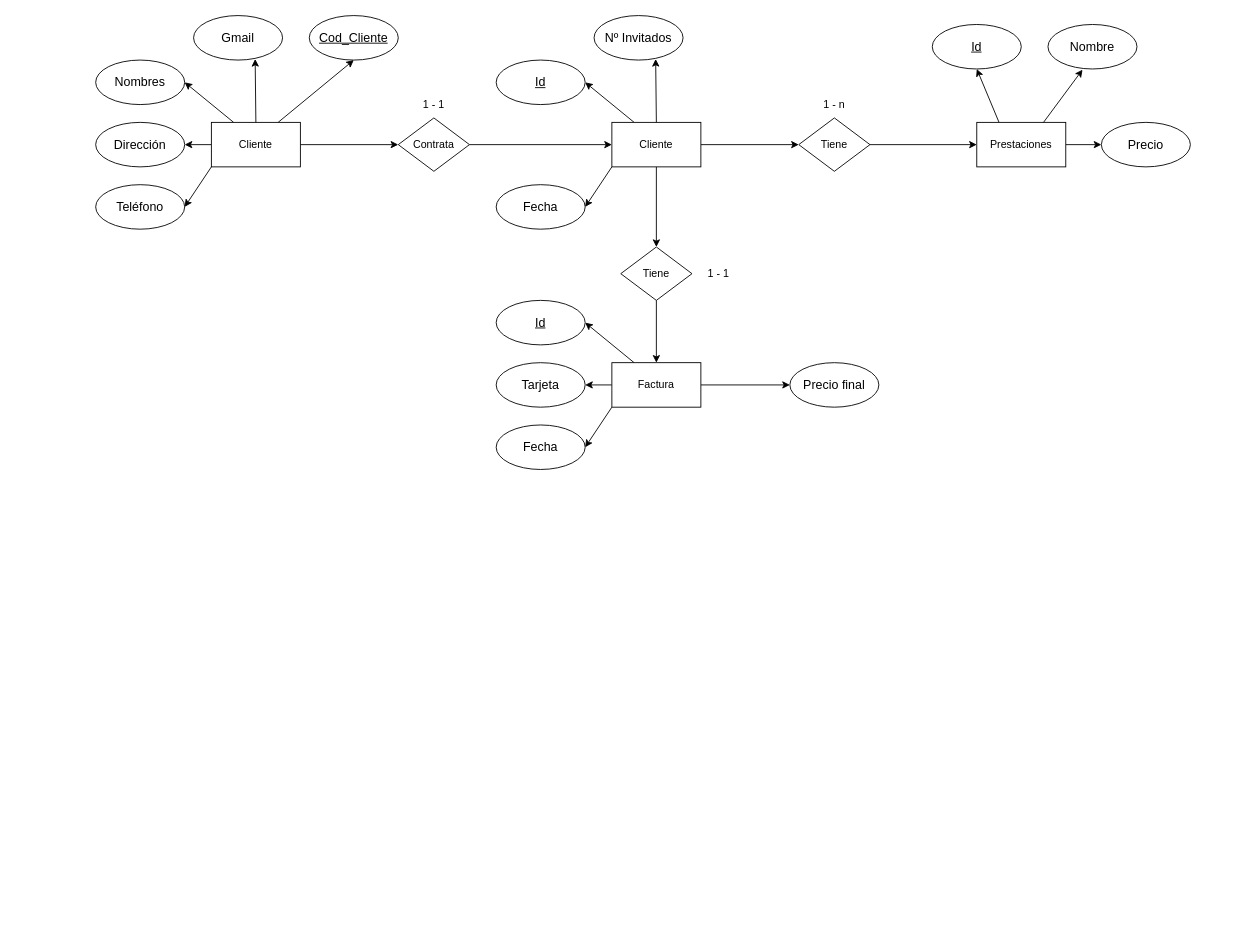
Before: Adicionales/weddingPlannerDiagrama.drawio in txema19/WeddingPlanner, a draw.io diagram. Source tidied: cells renumbered, new cells numbered last; positions are measured from the earlier drawing's top-left corner, leaving out a move shared by most shapes. Both pictures are drawn from the tidied source at 89%, with x=0, y=0 at pixel (95, 15).
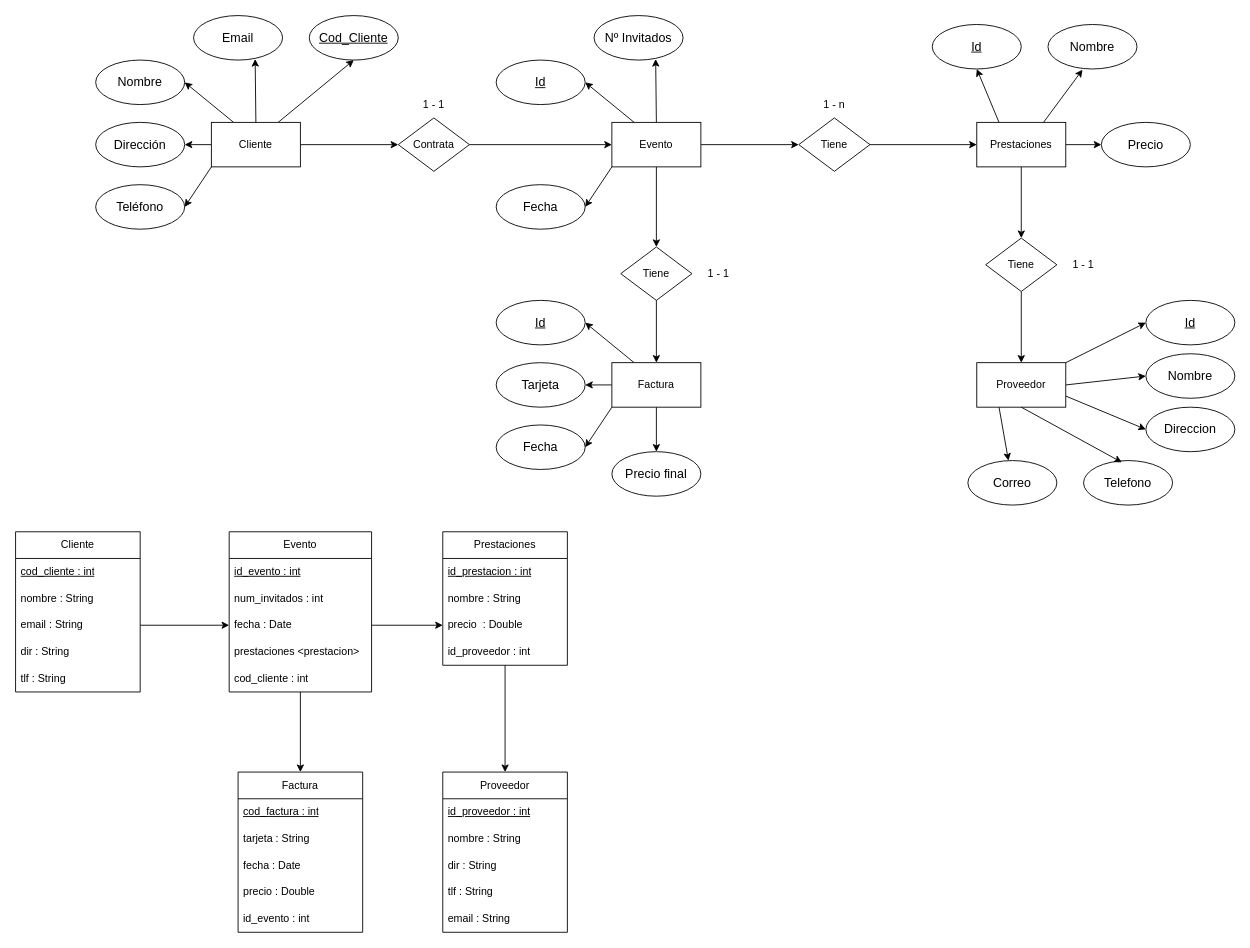
The same diagram, later.

Commit message:
Actualizado diagrama (añadido diagrama de clases)

Añadido diagrama de clases, faltarían los posibles métodos

The change refers to these unchanged cells:
```xml
<mxCell id="35" value="Prestaciones" style="rounded=0;whiteSpace=wrap;html=1;" parent="1" vertex="1">
  <mxGeometry x="990" y="120" width="100" height="50" as="geometry" />
</mxCell>
<mxCell id="45" value="Factura" style="rounded=0;whiteSpace=wrap;html=1;" parent="1" vertex="1">
  <mxGeometry x="580" y="390" width="100" height="50" as="geometry" />
</mxCell>
```

Diff of the diagram source:
```diff
@@
-    <mxCell id="2" value="&lt;font style=&quot;font-size: 14px;&quot;&gt;Nombres&lt;/font&gt;" style="ellipse;whiteSpace=wrap;html=1;" parent="1" vertex="1">
+    <mxCell id="2" value="&lt;font style=&quot;font-size: 14px;&quot;&gt;Nombre&lt;/font&gt;" style="ellipse;whiteSpace=wrap;html=1;" parent="1" vertex="1">
       <mxGeometry y="50" width="100" height="50" as="geometry" />
     </mxCell>
@@
-    <mxCell id="10" value="&lt;font style=&quot;font-size: 14px;&quot;&gt;Gmail&lt;/font&gt;" style="ellipse;whiteSpace=wrap;html=1;" parent="1" vertex="1">
+    <mxCell id="10" value="&lt;span style=&quot;font-size: 14px;&quot;&gt;Email&lt;/span&gt;" style="ellipse;whiteSpace=wrap;html=1;" parent="1" vertex="1">
       <mxGeometry x="110" width="100" height="50" as="geometry" />
     </mxCell>
@@
-    <mxCell id="23" value="Cliente" style="rounded=0;whiteSpace=wrap;html=1;" parent="1" vertex="1">
+    <mxCell id="23" value="Evento" style="rounded=0;whiteSpace=wrap;html=1;" parent="1" vertex="1">
       <mxGeometry x="580" y="120" width="100" height="50" as="geometry" />
     </mxCell>
@@
+    <mxCell id="54" style="edgeStyle=orthogonalEdgeStyle;rounded=0;jettySize=auto;html=1;" parent="1" edge="1" source="35" target="62">
+      <mxGeometry relative="1" as="geometry" />
+    </mxCell>
@@
-    <mxCell id="44" style="edgeStyle=none;rounded=0;jettySize=auto;html=1;entryX=0;entryY=0.5;entryDx=0;entryDy=0;" parent="1" edge="1" source="45" target="46">
+    <mxCell id="44" style="edgeStyle=orthogonalEdgeStyle;rounded=0;jettySize=auto;html=1;" parent="1" edge="1" source="45" target="46">
       <mxGeometry relative="1" as="geometry" />
     </mxCell>
@@
     <mxCell id="46" value="&lt;span style=&quot;font-size: 14px;&quot;&gt;Precio final&lt;/span&gt;" style="ellipse;whiteSpace=wrap;html=1;" parent="1" vertex="1">
-      <mxGeometry x="780" y="390" width="100" height="50" as="geometry" />
+      <mxGeometry x="580" y="490" width="100" height="50" as="geometry" />
     </mxCell>
@@
+    <mxCell id="55" style="edgeStyle=none;rounded=0;jettySize=auto;html=1;entryX=0;entryY=0.5;entryDx=0;entryDy=0;" parent="1" edge="1" source="59" target="65">
+      <mxGeometry relative="1" as="geometry" />
+    </mxCell>
+    <mxCell id="56" style="edgeStyle=none;rounded=0;jettySize=auto;html=1;exitX=1;exitY=0.5;exitDx=0;exitDy=0;entryX=0;entryY=0.5;entryDx=0;entryDy=0;" parent="1" edge="1" source="59" target="66">
+      <mxGeometry relative="1" as="geometry" />
+    </mxCell>
+    <mxCell id="57" style="edgeStyle=none;rounded=0;jettySize=auto;html=1;exitX=1;exitY=0.75;exitDx=0;exitDy=0;entryX=0;entryY=0.5;entryDx=0;entryDy=0;" parent="1" edge="1" source="59" target="67">
+      <mxGeometry relative="1" as="geometry" />
+    </mxCell>
+    <mxCell id="58" style="edgeStyle=none;rounded=0;jettySize=auto;html=1;exitX=0.25;exitY=1;exitDx=0;exitDy=0;" parent="1" edge="1" source="59" target="69">
+      <mxGeometry relative="1" as="geometry" />
+    </mxCell>
+    <mxCell id="59" value="Proveedor" style="rounded=0;whiteSpace=wrap;html=1;" parent="1" vertex="1">
+      <mxGeometry x="990" y="390" width="100" height="50" as="geometry" />
+    </mxCell>
+    <mxCell id="60" style="group;" parent="1" vertex="1">
+      <mxGeometry x="1000" y="250" width="140" height="60" as="geometry" />
+    </mxCell>
+    <mxCell id="61" value="1 - 1" style="text;html=1;strokeColor=none;fillColor=none;align=center;verticalAlign=middle;whiteSpace=wrap;rounded=0;" parent="60" vertex="1">
+      <mxGeometry x="80" y="15" width="60" height="30" as="geometry" />
+    </mxCell>
+    <mxCell id="62" value="Tiene" style="rhombus;whiteSpace=wrap;html=1;" parent="60" vertex="1">
+      <mxGeometry width="80" height="60" as="geometry" />
+    </mxCell>
+    <mxCell id="63" style="edgeStyle=orthogonalEdgeStyle;rounded=0;orthogonalLoop=1;jettySize=auto;html=1;exitX=0.5;exitY=1;exitDx=0;exitDy=0;" parent="60" edge="1" source="62" target="62">
+      <mxGeometry relative="1" as="geometry" />
+    </mxCell>
+    <mxCell id="64" style="edgeStyle=orthogonalEdgeStyle;rounded=0;jettySize=auto;html=1;" parent="1" edge="1" source="62" target="59">
+      <mxGeometry relative="1" as="geometry" />
+    </mxCell>
+    <mxCell id="65" value="&lt;font style=&quot;font-size: 14px;&quot;&gt;Id&lt;/font&gt;" style="ellipse;whiteSpace=wrap;html=1;fontStyle=4;" parent="1" vertex="1">
+      <mxGeometry x="1180" y="320" width="100" height="50" as="geometry" />
+    </mxCell>
+    <mxCell id="66" value="&lt;font style=&quot;font-size: 14px;&quot;&gt;Nombre&lt;/font&gt;" style="ellipse;whiteSpace=wrap;html=1;" parent="1" vertex="1">
+      <mxGeometry x="1180" y="380" width="100" height="50" as="geometry" />
+    </mxCell>
+    <mxCell id="67" value="&lt;font style=&quot;font-size: 14px;&quot;&gt;Direccion&lt;/font&gt;" style="ellipse;whiteSpace=wrap;html=1;" parent="1" vertex="1">
+      <mxGeometry x="1180" y="440" width="100" height="50" as="geometry" />
+    </mxCell>
+    <mxCell id="68" value="&lt;font style=&quot;font-size: 14px;&quot;&gt;Telefono&lt;/font&gt;" style="ellipse;whiteSpace=wrap;html=1;" parent="1" vertex="1">
+      <mxGeometry x="1110" y="500" width="100" height="50" as="geometry" />
+    </mxCell>
+    <mxCell id="69" value="&lt;font style=&quot;font-size: 14px;&quot;&gt;Correo&lt;/font&gt;" style="ellipse;whiteSpace=wrap;html=1;" parent="1" vertex="1">
+      <mxGeometry x="980" y="500" width="100" height="50" as="geometry" />
+    </mxCell>
+    <mxCell id="70" style="edgeStyle=none;rounded=0;jettySize=auto;html=1;exitX=0.5;exitY=1;exitDx=0;exitDy=0;entryX=0.43;entryY=0.04;entryDx=0;entryDy=0;entryPerimeter=0;" parent="1" edge="1" source="59" target="68">
+      <mxGeometry relative="1" as="geometry" />
+    </mxCell>
+    <mxCell id="71" value="Cliente" style="swimlane;fontStyle=0;horizontal=1;startSize=30;whiteSpace=wrap;html=1;" parent="1" vertex="1">
+      <mxGeometry x="-90" y="580" width="140" height="180" as="geometry" />
+    </mxCell>
+    <mxCell id="72" value="cod_cliente : int" style="text;strokeColor=none;fillColor=none;align=left;verticalAlign=middle;spacingLeft=4;spacingRight=4;overflow=hidden;whiteSpace=wrap;html=1;fontStyle=4;" parent="71" vertex="1">
+      <mxGeometry y="30" width="140" height="30" as="geometry" />
+    </mxCell>
+    <mxCell id="73" value="nombre : String" style="text;strokeColor=none;fillColor=none;align=left;verticalAlign=middle;spacingLeft=4;spacingRight=4;overflow=hidden;whiteSpace=wrap;html=1;" parent="71" vertex="1">
+      <mxGeometry y="60" width="140" height="30" as="geometry" />
+    </mxCell>
+    <mxCell id="74" value="email&amp;nbsp;: String" style="text;strokeColor=none;fillColor=none;align=left;verticalAlign=middle;spacingLeft=4;spacingRight=4;overflow=hidden;points=[[0,0.5],[1,0.5]];portConstraint=eastwest;whiteSpace=wrap;html=1;" parent="71" vertex="1">
+      <mxGeometry y="90" width="140" height="30" as="geometry" />
+    </mxCell>
+    <mxCell id="75" value="dir&amp;nbsp;: String" style="text;strokeColor=none;fillColor=none;align=left;verticalAlign=middle;spacingLeft=4;spacingRight=4;overflow=hidden;whiteSpace=wrap;html=1;" parent="71" vertex="1">
+      <mxGeometry y="120" width="140" height="30" as="geometry" />
+    </mxCell>
+    <mxCell id="76" value="tlf&amp;nbsp;: String" style="text;strokeColor=none;fillColor=none;align=left;verticalAlign=middle;spacingLeft=4;spacingRight=4;overflow=hidden;whiteSpace=wrap;html=1;" parent="71" vertex="1">
+      <mxGeometry y="150" width="140" height="30" as="geometry" />
+    </mxCell>
+    <mxCell id="77" style="edgeStyle=orthogonalEdgeStyle;rounded=0;jettySize=auto;html=1;entryX=0.5;entryY=0;entryDx=0;entryDy=0;" parent="1" edge="1" source="78" target="96">
+      <mxGeometry relative="1" as="geometry" />
+    </mxCell>
+    <mxCell id="78" value="Evento" style="swimlane;fontStyle=0;horizontal=1;startSize=30;whiteSpace=wrap;html=1;" parent="1" vertex="1">
+      <mxGeometry x="150" y="580" width="160" height="180" as="geometry" />
+    </mxCell>
+    <mxCell id="79" value="id_evento : int" style="text;strokeColor=none;fillColor=none;align=left;verticalAlign=middle;spacingLeft=4;spacingRight=4;overflow=hidden;whiteSpace=wrap;html=1;fontStyle=4;" parent="78" vertex="1">
+      <mxGeometry y="30" width="160" height="30" as="geometry" />
+    </mxCell>
+    <mxCell id="80" value="num_invitados : int" style="text;strokeColor=none;fillColor=none;align=left;verticalAlign=middle;spacingLeft=4;spacingRight=4;overflow=hidden;whiteSpace=wrap;html=1;" parent="78" vertex="1">
+      <mxGeometry y="60" width="160" height="30" as="geometry" />
+    </mxCell>
+    <mxCell id="81" value="fecha : Date" style="text;strokeColor=none;fillColor=none;align=left;verticalAlign=middle;spacingLeft=4;spacingRight=4;overflow=hidden;points=[[0,0.5],[1,0.5]];portConstraint=eastwest;whiteSpace=wrap;html=1;" parent="78" vertex="1">
+      <mxGeometry y="90" width="160" height="30" as="geometry" />
+    </mxCell>
+    <mxCell id="82" value="prestaciones &amp;lt;prestacion&amp;gt;" style="text;strokeColor=none;fillColor=none;align=left;verticalAlign=middle;spacingLeft=4;spacingRight=4;overflow=hidden;whiteSpace=wrap;html=1;" parent="78" vertex="1">
+      <mxGeometry y="120" width="160" height="30" as="geometry" />
+    </mxCell>
+    <mxCell id="83" value="cod_cliente&amp;nbsp;: int" style="text;strokeColor=none;fillColor=none;align=left;verticalAlign=middle;spacingLeft=4;spacingRight=4;overflow=hidden;whiteSpace=wrap;html=1;" parent="78" vertex="1">
+      <mxGeometry y="150" width="160" height="30" as="geometry" />
+    </mxCell>
+    <mxCell id="84" style="edgeStyle=orthogonalEdgeStyle;rounded=0;jettySize=auto;html=1;" parent="1" edge="1" source="85" target="90">
+      <mxGeometry relative="1" as="geometry" />
+    </mxCell>
+    <mxCell id="85" value="Prestaciones" style="swimlane;fontStyle=0;horizontal=1;startSize=30;whiteSpace=wrap;html=1;" parent="1" vertex="1">
+      <mxGeometry x="390" y="580" width="140" height="150" as="geometry" />
+    </mxCell>
+    <mxCell id="86" value="id_prestacion&amp;nbsp;: int" style="text;strokeColor=none;fillColor=none;align=left;verticalAlign=middle;spacingLeft=4;spacingRight=4;overflow=hidden;whiteSpace=wrap;html=1;fontStyle=4;" parent="85" vertex="1">
+      <mxGeometry y="30" width="140" height="30" as="geometry" />
+    </mxCell>
+    <mxCell id="87" value="nombre&amp;nbsp;: String" style="text;strokeColor=none;fillColor=none;align=left;verticalAlign=middle;spacingLeft=4;spacingRight=4;overflow=hidden;whiteSpace=wrap;html=1;" parent="85" vertex="1">
+      <mxGeometry y="60" width="140" height="30" as="geometry" />
+    </mxCell>
+    <mxCell id="88" value="precio&amp;nbsp;&amp;nbsp;: Double" style="text;strokeColor=none;fillColor=none;align=left;verticalAlign=middle;spacingLeft=4;spacingRight=4;overflow=hidden;points=[[0,0.5],[1,0.5]];portConstraint=eastwest;whiteSpace=wrap;html=1;" parent="85" vertex="1">
+      <mxGeometry y="90" width="140" height="30" as="geometry" />
+    </mxCell>
+    <mxCell id="89" value="id_proveedor&amp;nbsp;: int" style="text;strokeColor=none;fillColor=none;align=left;verticalAlign=middle;spacingLeft=4;spacingRight=4;overflow=hidden;whiteSpace=wrap;html=1;" parent="85" vertex="1">
+      <mxGeometry y="120" width="140" height="30" as="geometry" />
+    </mxCell>
+    <mxCell id="90" value="Proveedor" style="swimlane;fontStyle=0;horizontal=1;startSize=30;whiteSpace=wrap;html=1;" parent="1" vertex="1">
+      <mxGeometry x="390" y="850" width="140" height="180" as="geometry" />
+    </mxCell>
+    <mxCell id="91" value="id_proveedor&amp;nbsp;: int" style="text;strokeColor=none;fillColor=none;align=left;verticalAlign=middle;spacingLeft=4;spacingRight=4;overflow=hidden;whiteSpace=wrap;html=1;fontStyle=4;" parent="90" vertex="1">
+      <mxGeometry y="30" width="140" height="30" as="geometry" />
+    </mxCell>
+    <mxCell id="92" value="nombre&amp;nbsp;: String" style="text;strokeColor=none;fillColor=none;align=left;verticalAlign=middle;spacingLeft=4;spacingRight=4;overflow=hidden;whiteSpace=wrap;html=1;" parent="90" vertex="1">
+      <mxGeometry y="60" width="140" height="30" as="geometry" />
+    </mxCell>
+    <mxCell id="93" value="dir&amp;nbsp;: String" style="text;strokeColor=none;fillColor=none;align=left;verticalAlign=middle;spacingLeft=4;spacingRight=4;overflow=hidden;whiteSpace=wrap;html=1;" parent="90" vertex="1">
+      <mxGeometry y="90" width="140" height="30" as="geometry" />
+    </mxCell>
+    <mxCell id="94" value="tlf : String" style="text;strokeColor=none;fillColor=none;align=left;verticalAlign=middle;spacingLeft=4;spacingRight=4;overflow=hidden;whiteSpace=wrap;html=1;" parent="90" vertex="1">
+      <mxGeometry y="120" width="140" height="30" as="geometry" />
+    </mxCell>
+    <mxCell id="95" value="email&amp;nbsp;: String" style="text;strokeColor=none;fillColor=none;align=left;verticalAlign=middle;spacingLeft=4;spacingRight=4;overflow=hidden;whiteSpace=wrap;html=1;" parent="90" vertex="1">
+      <mxGeometry y="150" width="140" height="30" as="geometry" />
+    </mxCell>
+    <mxCell id="96" value="Factura" style="swimlane;fontStyle=0;horizontal=1;startSize=30;whiteSpace=wrap;html=1;" parent="1" vertex="1">
+      <mxGeometry x="160" y="850" width="140" height="180" as="geometry" />
+    </mxCell>
+    <mxCell id="97" value="cod_factura : int" style="text;strokeColor=none;fillColor=none;align=left;verticalAlign=middle;spacingLeft=4;spacingRight=4;overflow=hidden;whiteSpace=wrap;html=1;fontStyle=4;" parent="96" vertex="1">
+      <mxGeometry y="30" width="140" height="30" as="geometry" />
+    </mxCell>
+    <mxCell id="98" value="tarjeta&amp;nbsp;: String" style="text;strokeColor=none;fillColor=none;align=left;verticalAlign=middle;spacingLeft=4;spacingRight=4;overflow=hidden;whiteSpace=wrap;html=1;" parent="96" vertex="1">
+      <mxGeometry y="60" width="140" height="30" as="geometry" />
+    </mxCell>
+    <mxCell id="99" value="fecha : Date" style="text;strokeColor=none;fillColor=none;align=left;verticalAlign=middle;spacingLeft=4;spacingRight=4;overflow=hidden;whiteSpace=wrap;html=1;" parent="96" vertex="1">
+      <mxGeometry y="90" width="140" height="30" as="geometry" />
+    </mxCell>
+    <mxCell id="100" value="precio : Double" style="text;strokeColor=none;fillColor=none;align=left;verticalAlign=middle;spacingLeft=4;spacingRight=4;overflow=hidden;whiteSpace=wrap;html=1;" parent="96" vertex="1">
+      <mxGeometry y="120" width="140" height="30" as="geometry" />
+    </mxCell>
+    <mxCell id="101" value="id_evento : int" style="text;strokeColor=none;fillColor=none;align=left;verticalAlign=middle;spacingLeft=4;spacingRight=4;overflow=hidden;whiteSpace=wrap;html=1;" parent="96" vertex="1">
+      <mxGeometry y="150" width="140" height="30" as="geometry" />
+    </mxCell>
+    <mxCell id="102" style="edgeStyle=orthogonalEdgeStyle;rounded=0;jettySize=auto;html=1;exitX=1;exitY=0.5;exitDx=0;exitDy=0;entryX=0;entryY=0.5;entryDx=0;entryDy=0;" parent="1" edge="1" source="74" target="81">
+      <mxGeometry relative="1" as="geometry" />
+    </mxCell>
+    <mxCell id="103" style="edgeStyle=orthogonalEdgeStyle;rounded=0;jettySize=auto;html=1;entryX=0;entryY=0.5;entryDx=0;entryDy=0;" parent="1" edge="1" source="81" target="88">
+      <mxGeometry relative="1" as="geometry" />
+    </mxCell>
```
